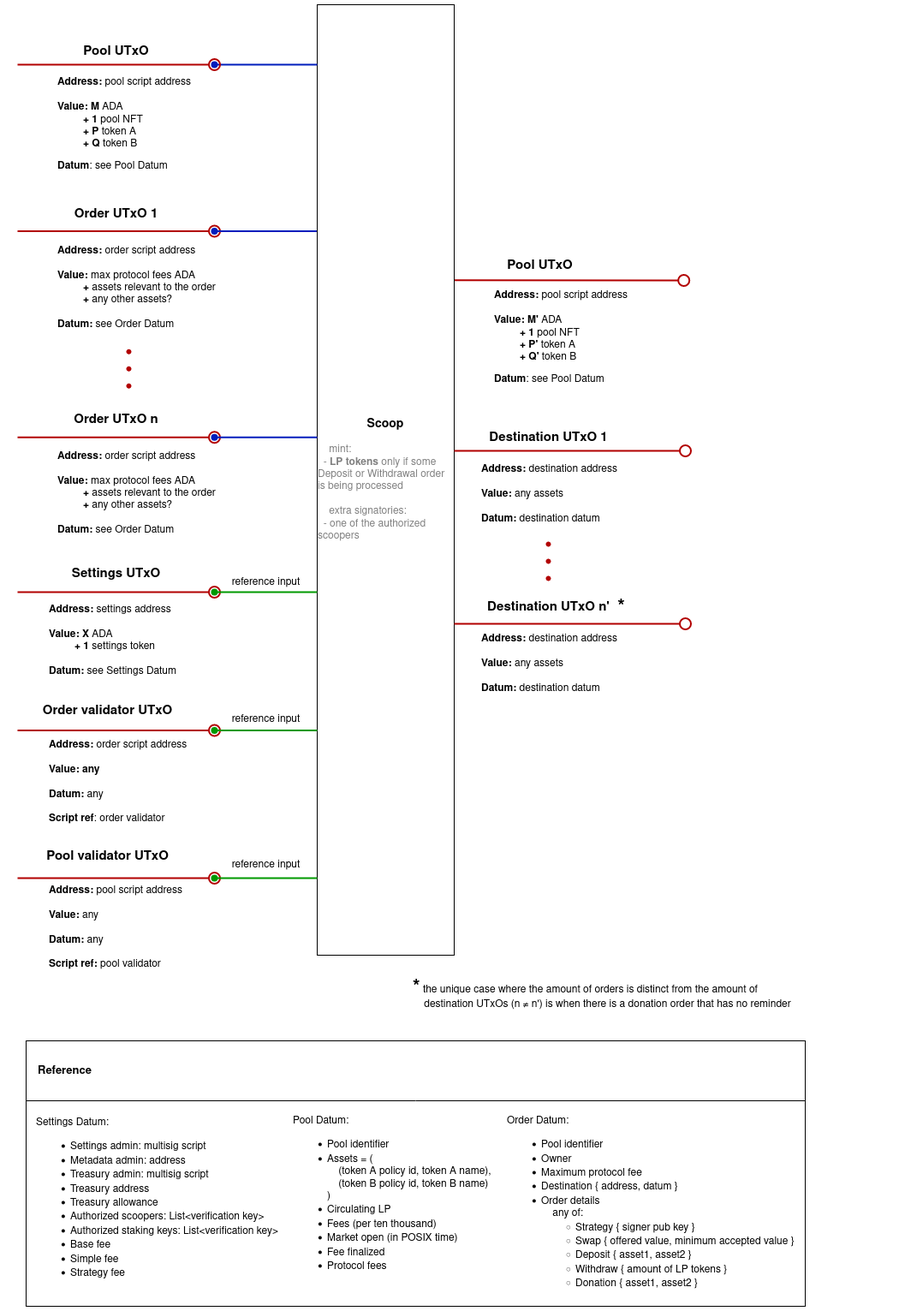
Before: src/img/scoop.png, a diagram exported from draw.io (txpipe-shop/sundae-swap). Source tidied: cells renumbered, new cells last; positions are measured from the earlier drawing's top-left corner, leaving out a move shared by most shapes.
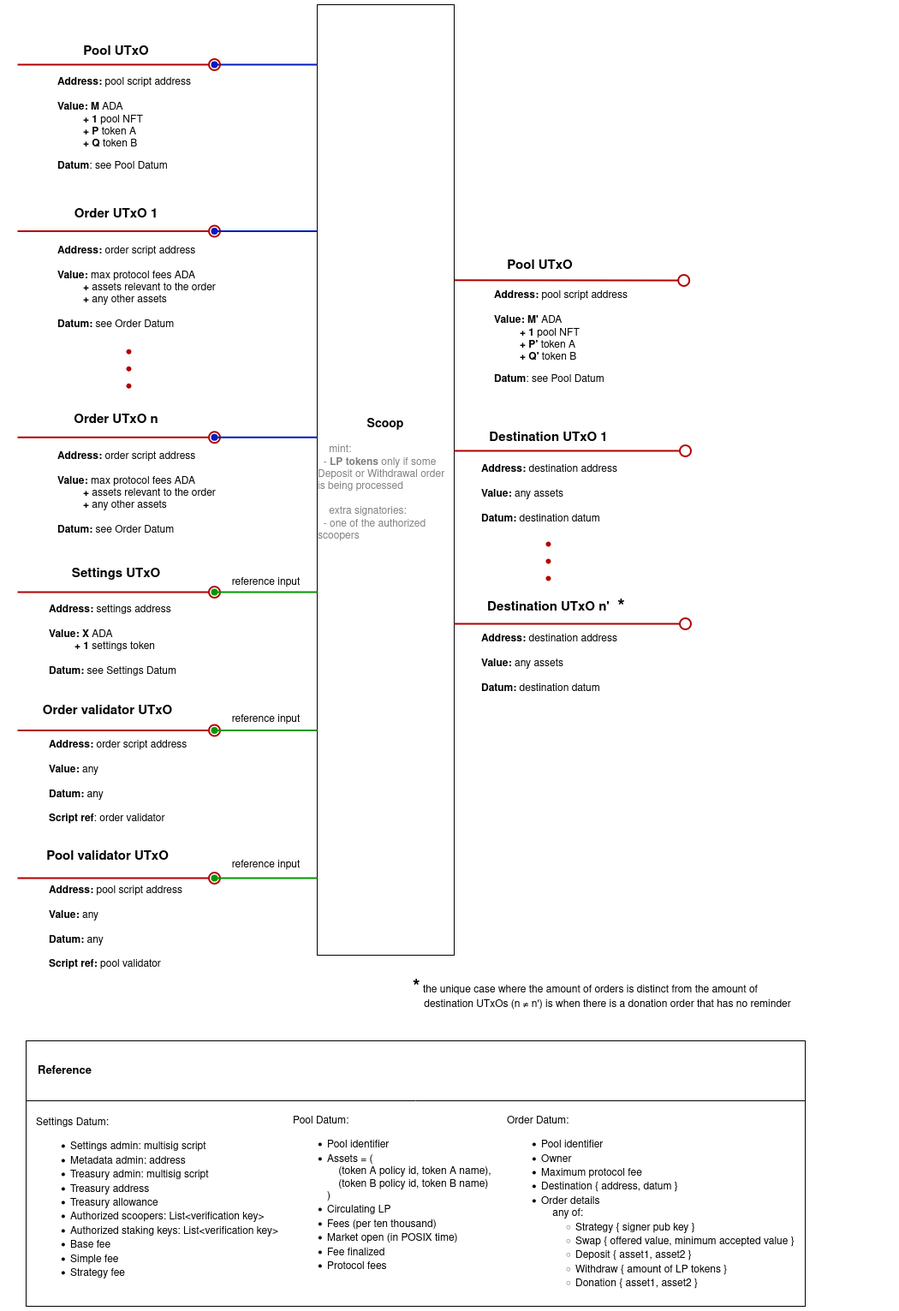
After the commit.

Commit message:
scoop: first version finished. TODO fees mechanism

Also, some minor writing fixes and missing failure scenario in create pool.

Change to the diagram source:
```diff
@@ -14,7 +14,7 @@
         <mxPoint x="230" y="264.5" as="targetPoint" />
       </mxGeometry>
     </mxCell>
-    <mxCell id="4" value="&lt;div&gt;&lt;b&gt;Address: &lt;/b&gt;order script address&lt;b&gt;&lt;br&gt;&lt;br&gt;Value: &lt;/b&gt;max protocol fees&lt;b&gt; &lt;/b&gt;ADA&lt;/div&gt;&lt;div&gt;&lt;b&gt;&amp;nbsp;&amp;nbsp;&amp;nbsp;&amp;nbsp;&amp;nbsp;&amp;nbsp;&amp;nbsp;&amp;nbsp; + &lt;/b&gt;assets relevant to the order&lt;b&gt;&lt;br&gt;&lt;/b&gt;&lt;/div&gt;&lt;b&gt;&amp;nbsp;&amp;nbsp;&amp;nbsp;&amp;nbsp;&amp;nbsp;&amp;nbsp;&amp;nbsp;&amp;nbsp; + &lt;/b&gt;any other assets?&lt;br&gt;&lt;br&gt;&lt;b&gt;Datum:&lt;/b&gt; see Order Datum" style="text;html=1;strokeColor=none;fillColor=none;align=left;verticalAlign=middle;whiteSpace=wrap;rounded=0;" parent="1" vertex="1">
+    <mxCell id="4" value="&lt;div&gt;&lt;b&gt;Address: &lt;/b&gt;order script address&lt;b&gt;&lt;br&gt;&lt;br&gt;Value: &lt;/b&gt;max protocol fees&lt;b&gt; &lt;/b&gt;ADA&lt;/div&gt;&lt;div&gt;&lt;b&gt;&amp;nbsp;&amp;nbsp;&amp;nbsp;&amp;nbsp;&amp;nbsp;&amp;nbsp;&amp;nbsp;&amp;nbsp; + &lt;/b&gt;assets relevant to the order&lt;b&gt;&lt;br&gt;&lt;/b&gt;&lt;/div&gt;&lt;b&gt;&amp;nbsp;&amp;nbsp;&amp;nbsp;&amp;nbsp;&amp;nbsp;&amp;nbsp;&amp;nbsp;&amp;nbsp; + &lt;/b&gt;any other assets&lt;br&gt;&lt;br&gt;&lt;b&gt;Datum:&lt;/b&gt; see Order Datum" style="text;html=1;strokeColor=none;fillColor=none;align=left;verticalAlign=middle;whiteSpace=wrap;rounded=0;" parent="1" vertex="1">
       <mxGeometry x="45" y="310" width="315" height="41" as="geometry" />
     </mxCell>
     <mxCell id="5" style="endArrow=oval;html=1;rounded=0;strokeWidth=2;fillColor=#e51400;strokeColor=#B20000;startArrow=none;startFill=0;endFill=0;endSize=13;exitX=1.015;exitY=0.384;exitDx=0;exitDy=0;exitPerimeter=0;" parent="1" edge="1">
@@ -116,7 +116,7 @@
     <mxCell id="29" value="&lt;div align=&quot;left&quot;&gt;Pool Datum:&lt;/div&gt;&lt;div align=&quot;left&quot;&gt;&lt;ul&gt;&lt;li&gt;Pool identifier&lt;br&gt;&lt;/li&gt;&lt;li&gt;Assets = (&lt;br&gt;&amp;nbsp;&amp;nbsp;&amp;nbsp; (token A policy id, token A name),&lt;br&gt;&amp;nbsp;&amp;nbsp;&amp;nbsp; (token B policy id, token B name)&lt;br&gt;)&lt;br&gt;&lt;/li&gt;&lt;li&gt;Circulating LP&lt;br&gt;&lt;/li&gt;&lt;li&gt;Fees (per ten thousand)&lt;br&gt;&lt;/li&gt;&lt;li&gt;Market open (in POSIX time)&lt;br&gt;&lt;/li&gt;&lt;li&gt;Fee finalized&lt;br&gt;&lt;/li&gt;&lt;li&gt;Protocol fees&lt;/li&gt;&lt;/ul&gt;&lt;/div&gt;" style="text;html=1;align=left;verticalAlign=middle;strokeColor=none;fillColor=none;" parent="1" vertex="1">
       <mxGeometry x="320" y="1290" width="260" height="210" as="geometry" />
     </mxCell>
-    <mxCell id="30" value="&lt;div&gt;&lt;b&gt;Address: &lt;/b&gt;order script address&lt;b&gt;&lt;br&gt;&lt;br&gt;Value: &lt;/b&gt;max protocol fees&lt;b&gt; &lt;/b&gt;ADA&lt;/div&gt;&lt;div&gt;&lt;b&gt;&amp;nbsp;&amp;nbsp;&amp;nbsp;&amp;nbsp;&amp;nbsp;&amp;nbsp;&amp;nbsp;&amp;nbsp; + &lt;/b&gt;assets relevant to the order&lt;b&gt;&lt;br&gt;&lt;/b&gt;&lt;/div&gt;&lt;b&gt;&amp;nbsp;&amp;nbsp;&amp;nbsp;&amp;nbsp;&amp;nbsp;&amp;nbsp;&amp;nbsp;&amp;nbsp; + &lt;/b&gt;any other assets?&lt;br&gt;&lt;br&gt;&lt;b&gt;Datum:&lt;/b&gt; see Order Datum" style="text;html=1;strokeColor=none;fillColor=none;align=left;verticalAlign=middle;whiteSpace=wrap;rounded=0;" parent="1" vertex="1">
+    <mxCell id="30" value="&lt;div&gt;&lt;b&gt;Address: &lt;/b&gt;order script address&lt;b&gt;&lt;br&gt;&lt;br&gt;Value: &lt;/b&gt;max protocol fees&lt;b&gt; &lt;/b&gt;ADA&lt;/div&gt;&lt;div&gt;&lt;b&gt;&amp;nbsp;&amp;nbsp;&amp;nbsp;&amp;nbsp;&amp;nbsp;&amp;nbsp;&amp;nbsp;&amp;nbsp; + &lt;/b&gt;assets relevant to the order&lt;b&gt;&lt;br&gt;&lt;/b&gt;&lt;/div&gt;&lt;b&gt;&amp;nbsp;&amp;nbsp;&amp;nbsp;&amp;nbsp;&amp;nbsp;&amp;nbsp;&amp;nbsp;&amp;nbsp; + &lt;/b&gt;any other assets&lt;br&gt;&lt;br&gt;&lt;b&gt;Datum:&lt;/b&gt; see Order Datum" style="text;html=1;strokeColor=none;fillColor=none;align=left;verticalAlign=middle;whiteSpace=wrap;rounded=0;" parent="1" vertex="1">
       <mxGeometry x="45" y="550" width="315" height="41" as="geometry" />
     </mxCell>
     <mxCell id="31" style="shape=waypoint;sketch=0;size=6;fillColor=#e51400;perimeter=centerPerimeter;fontColor=#ffffff;strokeColor=#B20000;" parent="1" vertex="1">
@@ -161,7 +161,7 @@
         <mxPoint x="920" y="1280" as="targetPoint" />
       </mxGeometry>
     </mxCell>
-    <mxCell id="43" value="&lt;div&gt;&lt;b&gt;&lt;br&gt;Address: &lt;/b&gt;order script address&lt;br&gt;&lt;b&gt;&lt;br&gt;Value: any&lt;/b&gt;&lt;/div&gt;&lt;div&gt;&lt;br&gt;&lt;/div&gt;&lt;div&gt;&lt;b&gt;Datum: &lt;/b&gt;any&lt;/div&gt;&lt;div&gt;&lt;br&gt;&lt;/div&gt;&lt;div&gt;&lt;b&gt;Script ref&lt;/b&gt;: order validator&lt;br&gt;&lt;/div&gt;" style="text;html=1;strokeColor=none;fillColor=none;align=left;verticalAlign=middle;whiteSpace=wrap;rounded=0;" parent="1" vertex="1">
+    <mxCell id="43" value="&lt;div&gt;&lt;b&gt;&lt;br&gt;Address: &lt;/b&gt;order script address&lt;br&gt;&lt;b&gt;&lt;br&gt;Value: &lt;/b&gt;any&lt;/div&gt;&lt;div&gt;&lt;br&gt;&lt;/div&gt;&lt;div&gt;&lt;b&gt;Datum: &lt;/b&gt;any&lt;/div&gt;&lt;div&gt;&lt;br&gt;&lt;/div&gt;&lt;div&gt;&lt;b&gt;Script ref&lt;/b&gt;: order validator&lt;br&gt;&lt;/div&gt;" style="text;html=1;strokeColor=none;fillColor=none;align=left;verticalAlign=middle;whiteSpace=wrap;rounded=0;" parent="1" vertex="1">
       <mxGeometry x="35" y="880" width="315" height="41" as="geometry" />
     </mxCell>
     <mxCell id="44" value="&lt;b&gt;&lt;font style=&quot;font-size: 15px;&quot;&gt;Order validator UTxO&lt;/font&gt;&lt;/b&gt;" style="text;html=1;align=center;verticalAlign=middle;strokeColor=none;fillColor=none;" parent="1" vertex="1">
```
